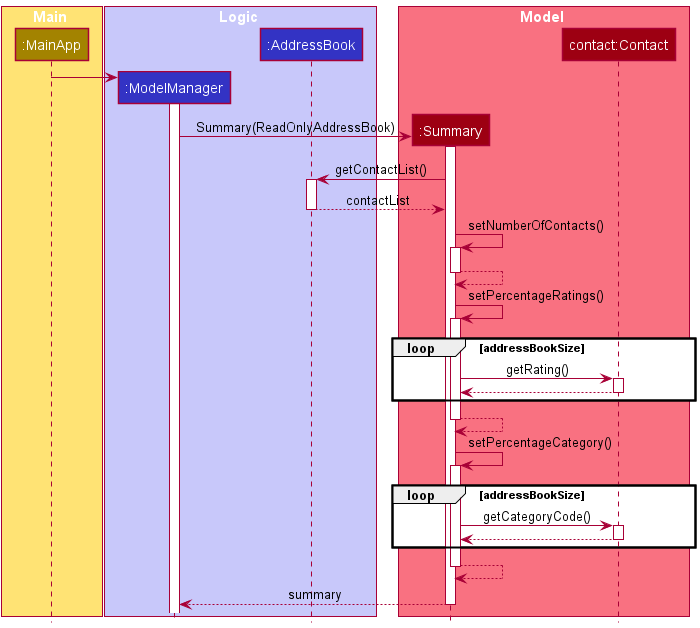
nus-cs2103-AY2122S1/tp keeps this PlantUML diagram as docs/images/SummarySequenceDiagram.png. Above is the earlier version.
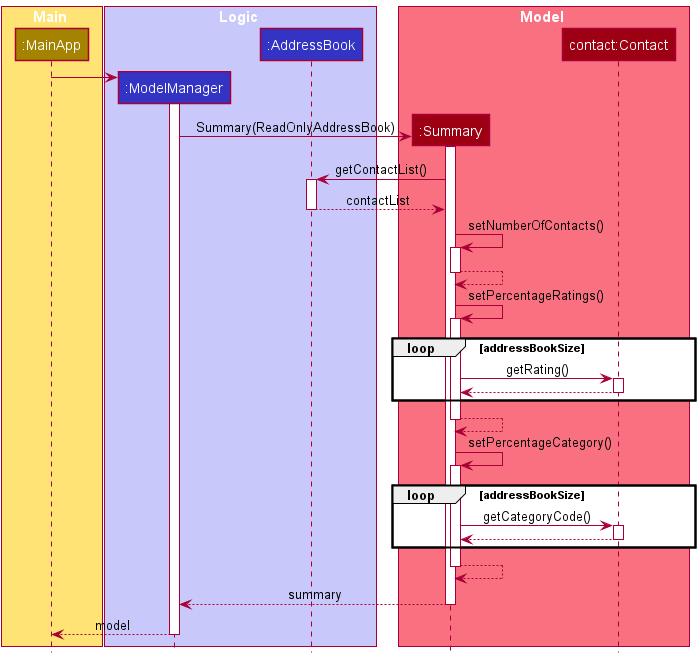
The same diagram one commit later.

The edit, as a diff of the source:
```diff
@@ -72,6 +72,9 @@
 Summary --> ModelManager : summary
 deactivate Summary
 
+ModelManager --> MainApp : model
+deactivate ModelManager
+
 
 
 
```
